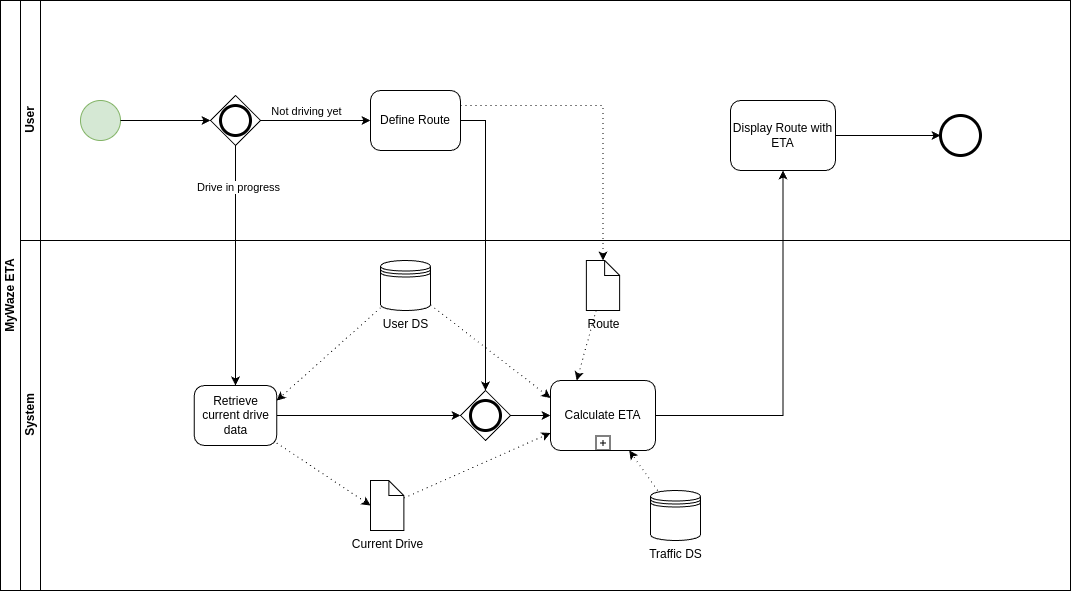
The draw.io diagram Diagrams/BPMNs/Yaros/ETA_BPMN.png in luislamy/msp, before a commit. Source tidied: cells renumbered, new cells last; positions are measured from the earlier drawing's top-left corner, leaving out a move shared by most shapes.
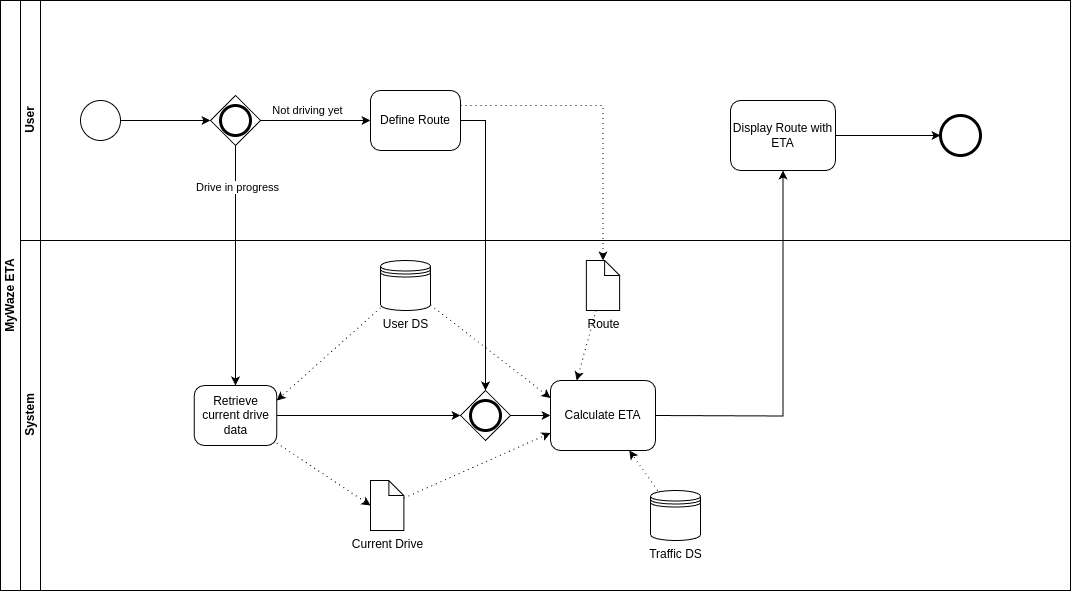
The same diagram one commit later.

Change to the diagram source:
```diff
@@ -8,7 +8,7 @@
     <mxCell id="3" value="User" style="swimlane;html=1;startSize=20;horizontal=0;" parent="2" vertex="1">
       <mxGeometry x="20" width="1050" height="240" as="geometry" />
     </mxCell>
-    <mxCell id="4" style="points=[[0.145,0.145,0],[0.5,0,0],[0.855,0.145,0],[1,0.5,0],[0.855,0.855,0],[0.5,1,0],[0.145,0.855,0],[0,0.5,0]];shape=mxgraph.bpmn.event;html=1;verticalLabelPosition=bottom;labelBackgroundColor=#ffffff;verticalAlign=top;align=center;perimeter=ellipsePerimeter;outlineConnect=0;outline=standard;symbol=general;fillColor=#d5e8d4;strokeColor=#82b366;" parent="3" vertex="1">
+    <mxCell id="4" style="points=[[0.145,0.145,0],[0.5,0,0],[0.855,0.145,0],[1,0.5,0],[0.855,0.855,0],[0.5,1,0],[0.145,0.855,0],[0,0.5,0]];shape=mxgraph.bpmn.event;html=1;verticalLabelPosition=bottom;labelBackgroundColor=#ffffff;verticalAlign=top;align=center;perimeter=ellipsePerimeter;outlineConnect=0;outline=standard;symbol=general;" parent="3" vertex="1">
       <mxGeometry x="60" y="100" width="40" height="40" as="geometry" />
     </mxCell>
     <mxCell id="5" style="edgeStyle=orthogonalEdgeStyle;rounded=0;jettySize=auto;html=1;" parent="3" edge="1" source="4" target="6">
@@ -49,8 +49,10 @@
     <mxCell id="16" style="edgeStyle=orthogonalEdgeStyle;rounded=0;jettySize=auto;html=1;exitX=1;exitY=0.5;exitDx=0;exitDy=0;exitPerimeter=0;" parent="2" edge="1" source="7" target="28">
       <mxGeometry relative="1" as="geometry" />
     </mxCell>
-    <mxCell id="17" style="edgeStyle=orthogonalEdgeStyle;rounded=0;jettySize=auto;html=1;entryX=0.5;entryY=1;entryDx=0;entryDy=0;entryPerimeter=0;" parent="2" edge="1" source="23" target="10">
-      <mxGeometry relative="1" as="geometry" />
+    <mxCell id="17" style="edgeStyle=orthogonalEdgeStyle;rounded=0;jettySize=auto;html=1;entryX=0.5;entryY=1;entryDx=0;entryDy=0;entryPerimeter=0;" parent="2" edge="1" target="10">
+      <mxGeometry relative="1" as="geometry">
+        <mxPoint x="655" y="415" as="sourcePoint" />
+      </mxGeometry>
     </mxCell>
     <mxCell id="18" value="System" style="swimlane;html=1;startSize=20;horizontal=0;" parent="2" vertex="1">
       <mxGeometry x="20" y="240" width="1050" height="350" as="geometry" />
@@ -61,15 +63,16 @@
     <mxCell id="20" value="Traffic DS" style="shape=datastore;html=1;labelPosition=center;verticalLabelPosition=bottom;align=center;verticalAlign=top;" parent="18" vertex="1">
       <mxGeometry x="630" y="250" width="50" height="50" as="geometry" />
     </mxCell>
-    <mxCell id="21" style="rounded=0;jettySize=auto;html=1;entryX=0.75;entryY=1;entryDx=0;entryDy=0;entryPerimeter=0;dashed=1;dashPattern=1 4;" parent="18" edge="1" source="20" target="23">
-      <mxGeometry relative="1" as="geometry" />
+    <mxCell id="21" style="rounded=0;jettySize=auto;html=1;entryX=0.75;entryY=1;entryDx=0;entryDy=0;entryPerimeter=0;dashed=1;dashPattern=1 4;" parent="18" edge="1" source="20">
+      <mxGeometry relative="1" as="geometry">
+        <mxPoint x="608.8" y="210" as="targetPoint" />
+      </mxGeometry>
     </mxCell>
-    <mxCell id="22" style="rounded=0;jettySize=auto;html=1;entryX=0.25;entryY=0;entryDx=0;entryDy=0;entryPerimeter=0;dashed=1;dashPattern=1 4;" parent="18" edge="1" source="19" target="23">
-      <mxGeometry relative="1" as="geometry" />
+    <mxCell id="22" style="rounded=0;jettySize=auto;html=1;entryX=0.25;entryY=0;entryDx=0;entryDy=0;entryPerimeter=0;dashed=1;dashPattern=1 4;" parent="18" edge="1" source="19">
+      <mxGeometry relative="1" as="geometry">
+        <mxPoint x="556.2" y="140" as="targetPoint" />
+      </mxGeometry>
     </mxCell>
-    <mxCell id="23" value="Calculate ETA" style="points=[[0.25,0,0],[0.5,0,0],[0.75,0,0],[1,0.25,0],[1,0.5,0],[1,0.75,0],[0.75,1,0],[0.5,1,0],[0.25,1,0],[0,0.75,0],[0,0.5,0],[0,0.25,0]];shape=mxgraph.bpmn.task2;whiteSpace=wrap;rectStyle=rounded;size=10;html=1;taskMarker=abstract;isLoopSub=1;" parent="18" vertex="1">
-      <mxGeometry x="530" y="140" width="105" height="70" as="geometry" />
-    </mxCell>
     <mxCell id="24" value="Retrieve current drive data" style="points=[[0.25,0,0],[0.5,0,0],[0.75,0,0],[1,0.25,0],[1,0.5,0],[1,0.75,0],[0.75,1,0],[0.5,1,0],[0.25,1,0],[0,0.75,0],[0,0.5,0],[0,0.25,0]];shape=mxgraph.bpmn.task2;whiteSpace=wrap;rectStyle=rounded;size=10;html=1;taskMarker=abstract;" parent="18" vertex="1">
       <mxGeometry x="173.8" y="145" width="82.5" height="60" as="geometry" />
     </mxCell>
@@ -88,17 +91,26 @@
     <mxCell id="29" style="edgeStyle=orthogonalEdgeStyle;rounded=0;jettySize=auto;html=1;entryX=0;entryY=0.5;entryDx=0;entryDy=0;entryPerimeter=0;" parent="18" edge="1" source="24" target="28">
       <mxGeometry relative="1" as="geometry" />
     </mxCell>
-    <mxCell id="30" style="edgeStyle=orthogonalEdgeStyle;rounded=0;jettySize=auto;html=1;entryX=0;entryY=0.5;entryDx=0;entryDy=0;entryPerimeter=0;" parent="18" edge="1" source="28" target="23">
-      <mxGeometry relative="1" as="geometry" />
+    <mxCell id="30" style="edgeStyle=orthogonalEdgeStyle;rounded=0;jettySize=auto;html=1;entryX=0;entryY=0.5;entryDx=0;entryDy=0;entryPerimeter=0;" parent="18" edge="1" source="28">
+      <mxGeometry relative="1" as="geometry">
+        <mxPoint x="530" y="175" as="targetPoint" />
+      </mxGeometry>
     </mxCell>
     <mxCell id="31" style="rounded=0;jettySize=auto;html=1;entryX=0;entryY=0.5;entryDx=0;entryDy=0;entryPerimeter=0;dashed=1;dashPattern=1 4;" parent="18" edge="1" source="24" target="25">
       <mxGeometry relative="1" as="geometry" />
     </mxCell>
-    <mxCell id="32" style="rounded=0;jettySize=auto;html=1;entryX=0;entryY=0.75;entryDx=0;entryDy=0;entryPerimeter=0;dashed=1;dashPattern=1 4;" parent="18" edge="1" source="25" target="23">
-      <mxGeometry relative="1" as="geometry" />
+    <mxCell id="32" style="rounded=0;jettySize=auto;html=1;entryX=0;entryY=0.75;entryDx=0;entryDy=0;entryPerimeter=0;dashed=1;dashPattern=1 4;" parent="18" edge="1" source="25">
+      <mxGeometry relative="1" as="geometry">
+        <mxPoint x="530" y="192.5" as="targetPoint" />
+      </mxGeometry>
     </mxCell>
-    <mxCell id="33" style="rounded=0;jettySize=auto;html=1;entryX=0;entryY=0.25;entryDx=0;entryDy=0;entryPerimeter=0;dashed=1;dashPattern=1 4;" parent="18" edge="1" source="26" target="23">
-      <mxGeometry relative="1" as="geometry" />
+    <mxCell id="33" style="rounded=0;jettySize=auto;html=1;entryX=0;entryY=0.25;entryDx=0;entryDy=0;entryPerimeter=0;dashed=1;dashPattern=1 4;" parent="18" edge="1" source="26">
+      <mxGeometry relative="1" as="geometry">
+        <mxPoint x="530" y="157.5" as="targetPoint" />
+      </mxGeometry>
     </mxCell>
+    <mxCell id="23" value="Calculate ETA" style="points=[[0.25,0,0],[0.5,0,0],[0.75,0,0],[1,0.25,0],[1,0.5,0],[1,0.75,0],[0.75,1,0],[0.5,1,0],[0.25,1,0],[0,0.75,0],[0,0.5,0],[0,0.25,0]];shape=mxgraph.bpmn.task2;whiteSpace=wrap;rectStyle=rounded;size=10;html=1;taskMarker=abstract;" parent="18" vertex="1">
+      <mxGeometry x="530" y="140" width="105" height="70" as="geometry" />
+    </mxCell>
   </root>
 </mxGraphModel>
```
